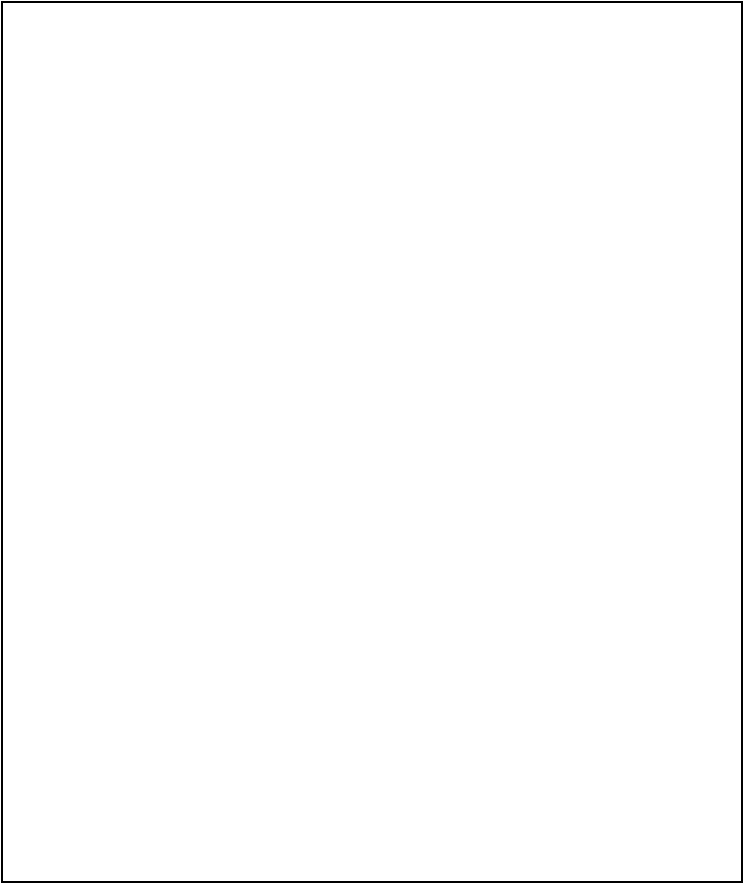
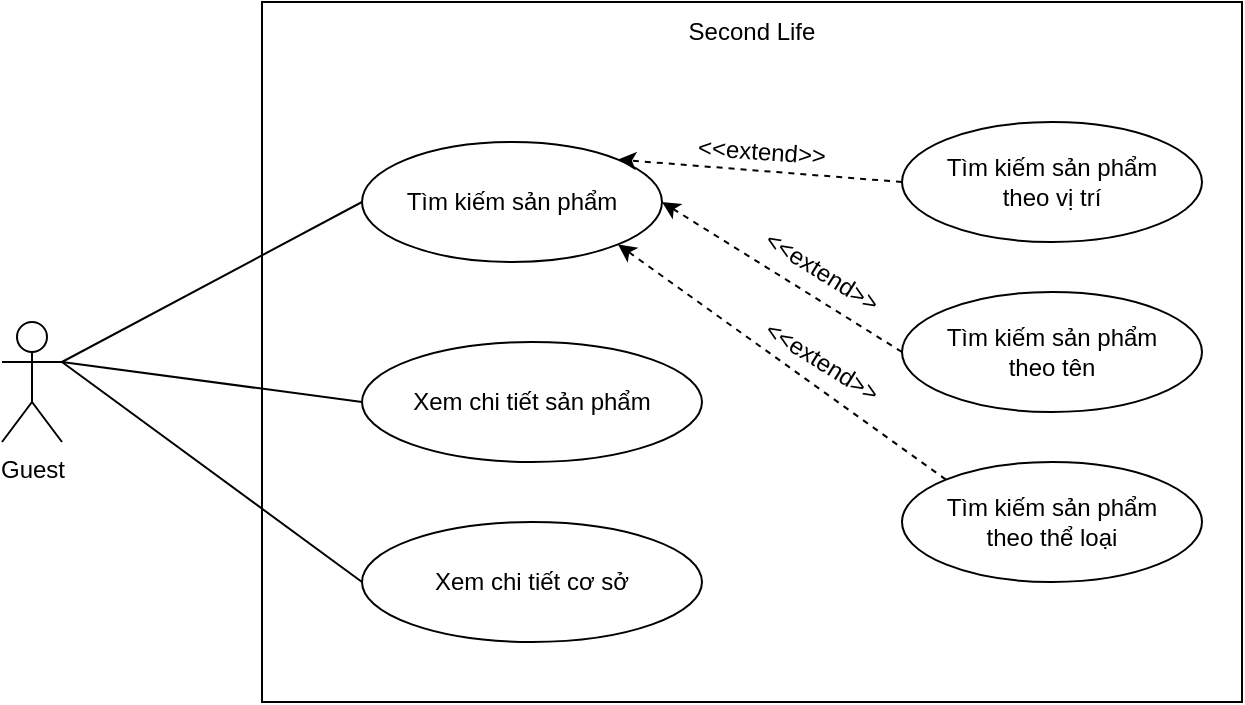
- <mxfile host="app.diagrams.net" agent="Mozilla/5.0 (Macintosh; Intel Mac OS X 10_15_7) AppleWebKit/537.36 (KHTML, like Gecko) Chrome/145.0.0.0 Safari/537.36" version="29.6.3">
-   <diagram name="Trang-1" id="_fICEKOB7jVzEtuofW6q">
-     <mxGraphModel dx="996" dy="567" grid="1" gridSize="10" guides="1" tooltips="1" connect="1" arrows="1" fold="1" page="1" pageScale="1" pageWidth="827" pageHeight="1169" math="0" shadow="0">
+ <mxfile host="app.diagrams.net" agent="Mozilla/5.0 (Macintosh; Intel Mac OS X 10_15_7) AppleWebKit/537.36 (KHTML, like Gecko) Chrome/145.0.0.0 Safari/537.36">
+   <diagram name="Guest" id="_fICEKOB7jVzEtuofW6q">
+     <mxGraphModel dx="934" dy="732" grid="1" gridSize="10" guides="1" tooltips="1" connect="1" arrows="1" fold="1" page="1" pageScale="1" pageWidth="827" pageHeight="1169" math="0" shadow="0">
      <root>
        <mxCell id="0" />
        <mxCell id="1" parent="0" />
        <mxCell id="Kn5jnc5VKcGW-Wg5N6a8-2" parent="1" style="rounded=0;whiteSpace=wrap;html=1;" value="" vertex="1">
-           <mxGeometry height="440" width="370" x="270" y="240" as="geometry" />
+           <mxGeometry height="350" width="490" x="270" y="240" as="geometry" />
+         </mxCell>
+         <mxCell id="wy-oW_SFXwdreZsMqnEw-1" parent="1" style="shape=umlActor;verticalLabelPosition=bottom;verticalAlign=top;html=1;" value="Guest" vertex="1">
+           <mxGeometry height="60" width="30" x="140" y="400" as="geometry" />
+         </mxCell>
+         <mxCell id="wy-oW_SFXwdreZsMqnEw-2" parent="1" style="ellipse;whiteSpace=wrap;html=1;" value="Tìm kiếm sản phẩm" vertex="1">
+           <mxGeometry height="60" width="150" x="320" y="310" as="geometry" />
+         </mxCell>
+         <mxCell id="wy-oW_SFXwdreZsMqnEw-3" parent="1" style="ellipse;whiteSpace=wrap;html=1;" value="Xem chi tiết sản phẩm" vertex="1">
+           <mxGeometry height="60" width="170" x="320" y="410" as="geometry" />
+         </mxCell>
+         <mxCell id="wy-oW_SFXwdreZsMqnEw-4" parent="1" style="ellipse;whiteSpace=wrap;html=1;" value="Xem chi tiết cơ sở" vertex="1">
+           <mxGeometry height="60" width="170" x="320" y="500" as="geometry" />
+         </mxCell>
+         <mxCell id="wy-oW_SFXwdreZsMqnEw-12" edge="1" parent="1" source="wy-oW_SFXwdreZsMqnEw-5" style="rounded=0;orthogonalLoop=1;jettySize=auto;html=1;exitX=0;exitY=0.5;exitDx=0;exitDy=0;entryX=1;entryY=0;entryDx=0;entryDy=0;dashed=1;" target="wy-oW_SFXwdreZsMqnEw-2">
+           <mxGeometry relative="1" as="geometry" />
+         </mxCell>
+         <mxCell id="wy-oW_SFXwdreZsMqnEw-5" parent="1" style="ellipse;whiteSpace=wrap;html=1;" value="Tìm kiếm sản phẩm&lt;div&gt;theo vị trí&lt;/div&gt;" vertex="1">
+           <mxGeometry height="60" width="150" x="590" y="300" as="geometry" />
+         </mxCell>
+         <mxCell id="wy-oW_SFXwdreZsMqnEw-13" edge="1" parent="1" source="wy-oW_SFXwdreZsMqnEw-6" style="rounded=0;orthogonalLoop=1;jettySize=auto;html=1;exitX=0;exitY=0.5;exitDx=0;exitDy=0;entryX=1;entryY=0.5;entryDx=0;entryDy=0;dashed=1;" target="wy-oW_SFXwdreZsMqnEw-2">
+           <mxGeometry relative="1" as="geometry" />
+         </mxCell>
+         <mxCell id="wy-oW_SFXwdreZsMqnEw-6" parent="1" style="ellipse;whiteSpace=wrap;html=1;" value="Tìm kiếm sản phẩm&lt;div&gt;theo tên&lt;/div&gt;" vertex="1">
+           <mxGeometry height="60" width="150" x="590" y="385" as="geometry" />
+         </mxCell>
+         <mxCell id="wy-oW_SFXwdreZsMqnEw-14" edge="1" parent="1" source="wy-oW_SFXwdreZsMqnEw-7" style="rounded=0;orthogonalLoop=1;jettySize=auto;html=1;exitX=0;exitY=0;exitDx=0;exitDy=0;entryX=1;entryY=1;entryDx=0;entryDy=0;dashed=1;" target="wy-oW_SFXwdreZsMqnEw-2">
+           <mxGeometry relative="1" as="geometry" />
+         </mxCell>
+         <mxCell id="wy-oW_SFXwdreZsMqnEw-7" parent="1" style="ellipse;whiteSpace=wrap;html=1;" value="Tìm kiếm sản phẩm&lt;div&gt;theo thể loại&lt;/div&gt;" vertex="1">
+           <mxGeometry height="60" width="150" x="590" y="470" as="geometry" />
+         </mxCell>
+         <mxCell id="wy-oW_SFXwdreZsMqnEw-9" edge="1" parent="1" source="wy-oW_SFXwdreZsMqnEw-2" style="rounded=0;orthogonalLoop=1;jettySize=auto;html=1;exitX=0;exitY=0.5;exitDx=0;exitDy=0;entryX=1;entryY=0.3333333333333333;entryDx=0;entryDy=0;entryPerimeter=0;endArrow=none;endFill=0;" target="wy-oW_SFXwdreZsMqnEw-1">
+           <mxGeometry relative="1" as="geometry" />
+         </mxCell>
+         <mxCell id="wy-oW_SFXwdreZsMqnEw-10" edge="1" parent="1" source="wy-oW_SFXwdreZsMqnEw-3" style="rounded=0;orthogonalLoop=1;jettySize=auto;html=1;exitX=0;exitY=0.5;exitDx=0;exitDy=0;entryX=1;entryY=0.3333333333333333;entryDx=0;entryDy=0;entryPerimeter=0;endArrow=none;endFill=0;" target="wy-oW_SFXwdreZsMqnEw-1">
+           <mxGeometry relative="1" as="geometry">
+             <mxPoint x="430" y="410" as="sourcePoint" />
+             <mxPoint x="280" y="475" as="targetPoint" />
+           </mxGeometry>
+         </mxCell>
+         <mxCell id="wy-oW_SFXwdreZsMqnEw-11" edge="1" parent="1" source="wy-oW_SFXwdreZsMqnEw-4" style="rounded=0;orthogonalLoop=1;jettySize=auto;html=1;exitX=0;exitY=0.5;exitDx=0;exitDy=0;entryX=1;entryY=0.3333333333333333;entryDx=0;entryDy=0;entryPerimeter=0;endArrow=none;endFill=0;" target="wy-oW_SFXwdreZsMqnEw-1">
+           <mxGeometry relative="1" as="geometry">
+             <mxPoint x="420" y="465" as="sourcePoint" />
+             <mxPoint x="270" y="450" as="targetPoint" />
+           </mxGeometry>
+         </mxCell>
+         <mxCell id="wy-oW_SFXwdreZsMqnEw-15" parent="1" style="text;html=1;whiteSpace=wrap;strokeColor=none;fillColor=none;align=center;verticalAlign=middle;rounded=0;" value="Second Life" vertex="1">
+           <mxGeometry height="30" width="490" x="270" y="240" as="geometry" />
+         </mxCell>
+         <mxCell id="wy-oW_SFXwdreZsMqnEw-16" parent="1" style="text;html=1;whiteSpace=wrap;strokeColor=none;fillColor=none;align=center;verticalAlign=middle;rounded=0;rotation=4;" value="&amp;lt;&amp;lt;extend&amp;gt;&amp;gt;" vertex="1">
+           <mxGeometry height="30" width="60" x="490" y="300" as="geometry" />
+         </mxCell>
+         <mxCell id="wy-oW_SFXwdreZsMqnEw-18" parent="1" style="text;html=1;whiteSpace=wrap;strokeColor=none;fillColor=none;align=center;verticalAlign=middle;rounded=0;rotation=32;" value="&amp;lt;&amp;lt;extend&amp;gt;&amp;gt;" vertex="1">
+           <mxGeometry height="30" width="60" x="520" y="360" as="geometry" />
+         </mxCell>
+         <mxCell id="wy-oW_SFXwdreZsMqnEw-19" parent="1" style="text;html=1;whiteSpace=wrap;strokeColor=none;fillColor=none;align=center;verticalAlign=middle;rounded=0;rotation=32;" value="&amp;lt;&amp;lt;extend&amp;gt;&amp;gt;" vertex="1">
+           <mxGeometry height="30" width="60" x="520" y="405" as="geometry" />
        </mxCell>
      </root>
    </mxGraphModel>
  </diagram>
</mxfile>
